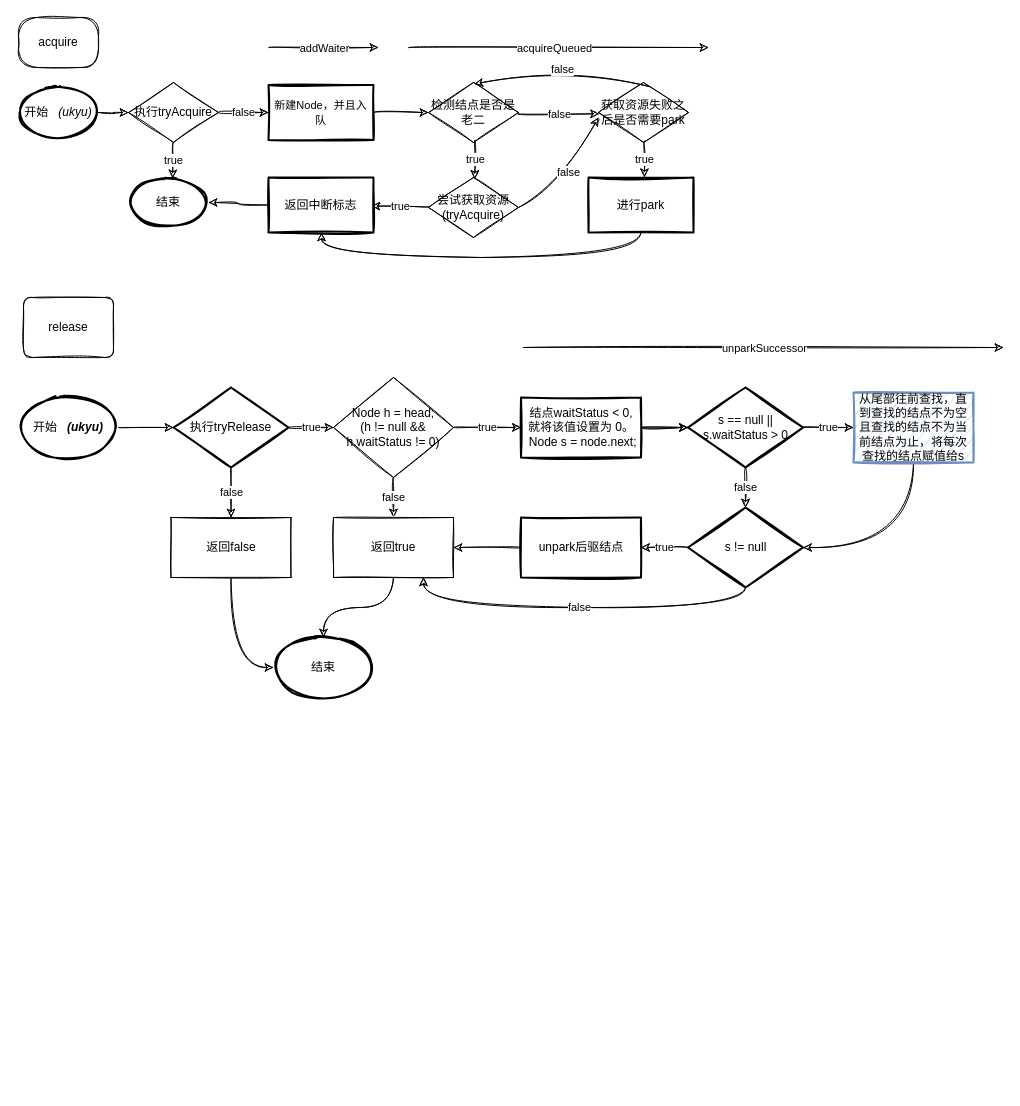
This is AQS.drawio from uk403/diagrams, a draw.io file, before an edit. Source tidied: cells renumbered, new cells numbered last; positions are measured from the earlier drawing's top-left corner, leaving out a move shared by most shapes. Both pictures are drawn from the tidied source at 100%, with x=0, y=0 at pixel (18, 17).
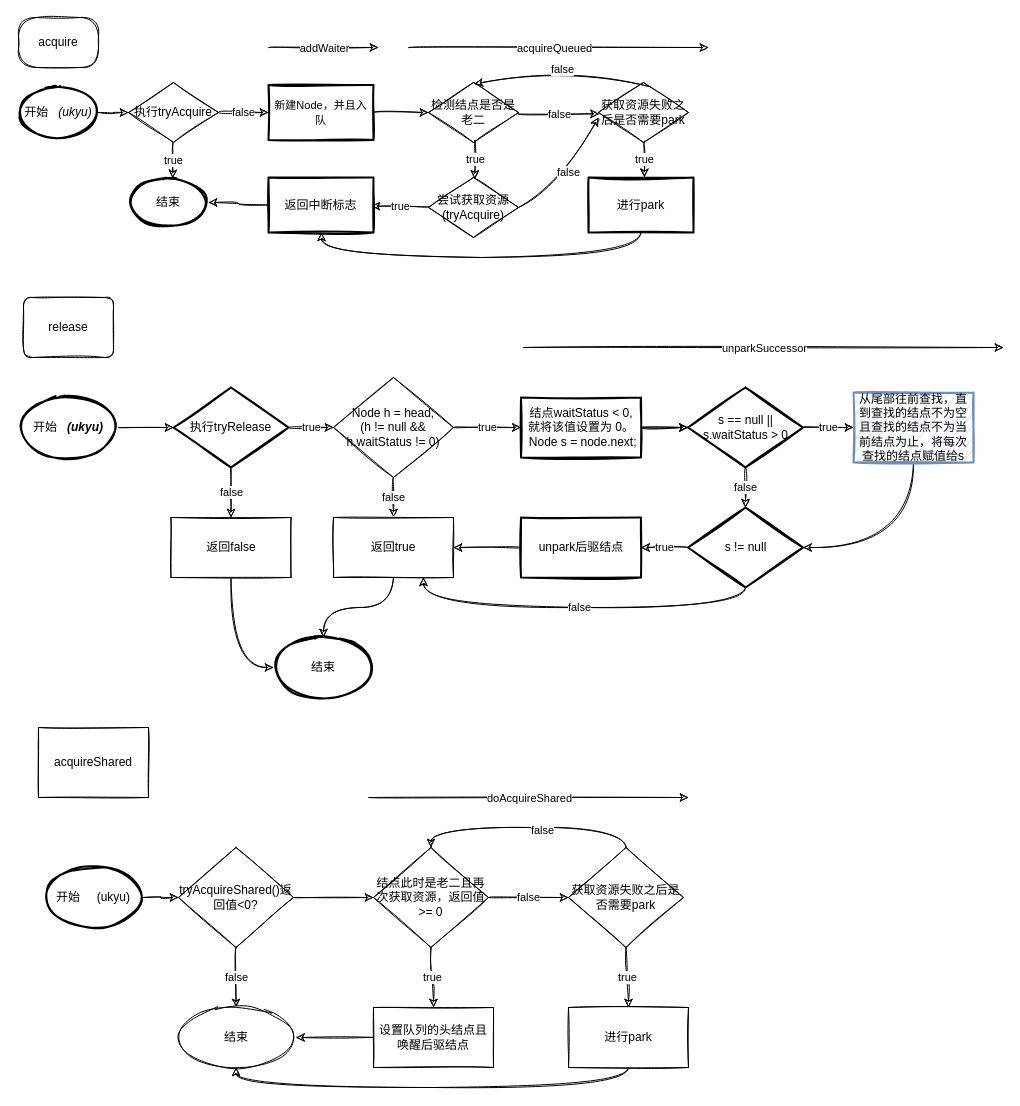
The same page after the edit.

The edit, as a diff of the source:
```diff
@@
+    <mxCell id="64" value="acquireShared" style="whiteSpace=wrap;html=1;strokeColor=#000000;strokeWidth=1;fillColor=#ffffff;sketch=1;" parent="1" vertex="1">
+      <mxGeometry x="20" y="710" width="110" height="70" as="geometry" />
+    </mxCell>
+    <mxCell id="65" style="edgeStyle=orthogonalEdgeStyle;jettySize=auto;html=1;sketch=1;curved=1;" parent="1" edge="1" source="66" target="69">
+      <mxGeometry relative="1" as="geometry" />
+    </mxCell>
+    <mxCell id="66" value="开始&amp;nbsp; &amp;nbsp; &amp;nbsp;(ukyu)" style="strokeWidth=2;html=1;shape=mxgraph.flowchart.start_1;whiteSpace=wrap;fillColor=#ffffff;sketch=1;" parent="1" vertex="1">
+      <mxGeometry x="25" y="850" width="100" height="60" as="geometry" />
+    </mxCell>
+    <mxCell id="67" value="false" style="edgeStyle=orthogonalEdgeStyle;jettySize=auto;html=1;sketch=1;curved=1;" parent="1" edge="1" source="69" target="70">
+      <mxGeometry relative="1" as="geometry" />
+    </mxCell>
+    <mxCell id="68" style="edgeStyle=orthogonalEdgeStyle;jettySize=auto;html=1;sketch=1;curved=1;" parent="1" edge="1" source="69" target="75">
+      <mxGeometry relative="1" as="geometry" />
+    </mxCell>
+    <mxCell id="69" value="tryAcquireShared()返回值&amp;lt;0?" style="rhombus;whiteSpace=wrap;html=1;strokeWidth=1;sketch=1;" parent="1" vertex="1">
+      <mxGeometry x="160" y="830" width="115" height="100" as="geometry" />
+    </mxCell>
+    <mxCell id="70" value="结束" style="ellipse;whiteSpace=wrap;html=1;strokeWidth=1;sketch=1;" parent="1" vertex="1">
+      <mxGeometry x="157.5" y="990" width="120" height="60" as="geometry" />
+    </mxCell>
+    <mxCell id="71" style="endArrow=classic;html=1;sketch=1;curved=1;" parent="1" edge="1">
+      <mxGeometry relative="1" as="geometry">
+        <mxPoint x="350" y="780" as="sourcePoint" />
+        <mxPoint x="670" y="780" as="targetPoint" />
+      </mxGeometry>
+    </mxCell>
+    <mxCell id="72" value="doAcquireShared" style="edgeLabel;html=1;align=center;verticalAlign=middle;sketch=1;" parent="71" vertex="1">
+      <mxGeometry relative="1" as="geometry" />
+    </mxCell>
+    <mxCell id="73" value="true" style="edgeStyle=orthogonalEdgeStyle;jettySize=auto;html=1;sketch=1;curved=1;" parent="1" edge="1" source="75" target="77">
+      <mxGeometry relative="1" as="geometry" />
+    </mxCell>
+    <mxCell id="74" value="false" style="edgeStyle=orthogonalEdgeStyle;jettySize=auto;html=1;sketch=1;curved=1;" parent="1" edge="1" source="75" target="81">
+      <mxGeometry relative="1" as="geometry" />
+    </mxCell>
+    <mxCell id="75" value="结点此时是老二且再次获取资源，返回值&amp;gt;= 0" style="rhombus;whiteSpace=wrap;html=1;strokeWidth=1;sketch=1;" parent="1" vertex="1">
+      <mxGeometry x="355" y="830" width="115" height="100" as="geometry" />
+    </mxCell>
+    <mxCell id="76" style="edgeStyle=orthogonalEdgeStyle;jettySize=auto;html=1;exitX=0;exitY=0.5;exitDx=0;exitDy=0;entryX=1;entryY=0.5;entryDx=0;entryDy=0;sketch=1;curved=1;" parent="1" edge="1" source="77" target="70">
+      <mxGeometry relative="1" as="geometry" />
+    </mxCell>
+    <mxCell id="77" value="设置队列的头结点且唤醒后驱结点" style="whiteSpace=wrap;html=1;strokeWidth=1;sketch=1;" parent="1" vertex="1">
+      <mxGeometry x="355" y="990" width="120" height="60" as="geometry" />
+    </mxCell>
+    <mxCell id="78" value="true" style="edgeStyle=orthogonalEdgeStyle;jettySize=auto;html=1;sketch=1;curved=1;" parent="1" edge="1" source="81" target="83">
+      <mxGeometry relative="1" as="geometry" />
+    </mxCell>
+    <mxCell id="79" style="edgeStyle=orthogonalEdgeStyle;jettySize=auto;html=1;exitX=0.5;exitY=0;exitDx=0;exitDy=0;entryX=0.5;entryY=0;entryDx=0;entryDy=0;sketch=1;curved=1;" parent="1" edge="1" source="81" target="75">
+      <mxGeometry relative="1" as="geometry" />
+    </mxCell>
+    <mxCell id="80" value="false" style="edgeLabel;html=1;align=center;verticalAlign=middle;sketch=1;" parent="79" vertex="1">
+      <mxGeometry x="-0.11" y="2" relative="1" as="geometry">
+        <mxPoint x="1" as="offset" />
+      </mxGeometry>
+    </mxCell>
+    <mxCell id="81" value="获取资源失败之后是否需要park" style="rhombus;whiteSpace=wrap;html=1;strokeWidth=1;sketch=1;" parent="1" vertex="1">
+      <mxGeometry x="550" y="830" width="115" height="100" as="geometry" />
+    </mxCell>
+    <mxCell id="82" style="edgeStyle=orthogonalEdgeStyle;jettySize=auto;html=1;exitX=0.5;exitY=1;exitDx=0;exitDy=0;entryX=0.5;entryY=1;entryDx=0;entryDy=0;sketch=1;curved=1;" parent="1" edge="1" source="83" target="70">
+      <mxGeometry relative="1" as="geometry" />
+    </mxCell>
+    <mxCell id="83" value="进行park" style="whiteSpace=wrap;html=1;strokeWidth=1;sketch=1;" parent="1" vertex="1">
+      <mxGeometry x="550" y="990" width="120" height="60" as="geometry" />
+    </mxCell>
```
